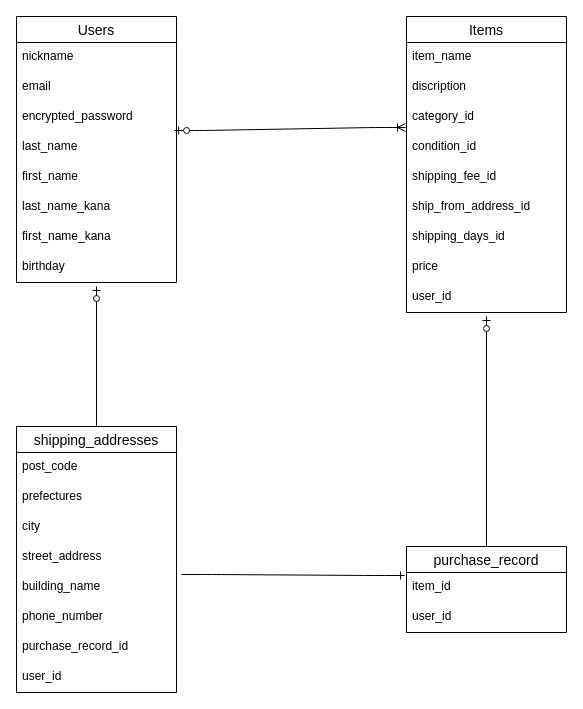
kenjii-tech/furima-41352 keeps this draw.io diagram as furima.dio. Above is the earlier version. Source tidied: cells renumbered, new cells numbered last; positions are measured from the earlier drawing's top-left corner, leaving out a move shared by most shapes. Both pictures are drawn from the tidied source at 100%, with x=0, y=0 at pixel (16, 16).
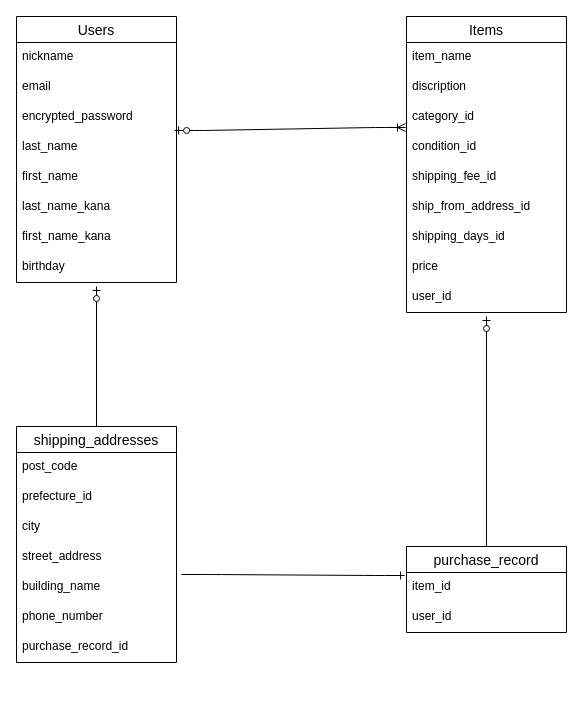
Above is the later version.

Commit message (it also covers changes not shown here):
ER図、READMEの修正_3

Change to the diagram source:
```diff
@@
     <mxCell id="24" value="shipping_addresses" style="swimlane;fontStyle=0;horizontal=1;startSize=26;align=center;fontSize=14;" parent="1" vertex="1">
-      <mxGeometry y="410" width="160" height="266" as="geometry" />
+      <mxGeometry y="410" width="160" height="236" as="geometry" />
     </mxCell>
@@
-    <mxCell id="26" value="prefectures" style="text;strokeColor=none;fillColor=none;spacingLeft=4;spacingRight=4;overflow=hidden;fontSize=12;" parent="24" vertex="1">
+    <mxCell id="26" value="prefecture_id" style="text;strokeColor=none;fillColor=none;spacingLeft=4;spacingRight=4;overflow=hidden;fontSize=12;" parent="24" vertex="1">
       <mxGeometry y="56" width="160" height="30" as="geometry" />
     </mxCell>
@@
-    <mxCell id="32" value="user_id" style="text;strokeColor=none;fillColor=none;spacingLeft=4;spacingRight=4;overflow=hidden;fontSize=12;" parent="24" vertex="1">
-      <mxGeometry y="236" width="160" height="30" as="geometry" />
-    </mxCell>
```
